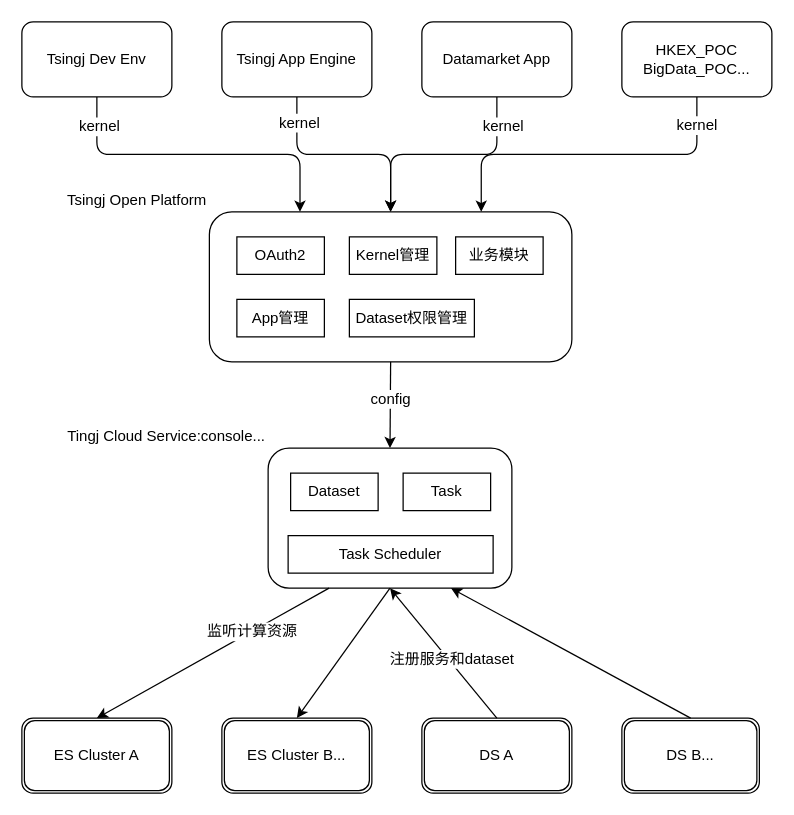
Earlier version of the draw.io diagram Tsingj_Open_Platform.drawio (yankaili2006/drawing_io). Source tidied: cells renumbered, new cells numbered last; positions are measured from the earlier drawing's top-left corner, leaving out a move shared by most shapes. Both pictures are drawn from the tidied source at 125%, with x=0, y=0 at pixel (21, 21).
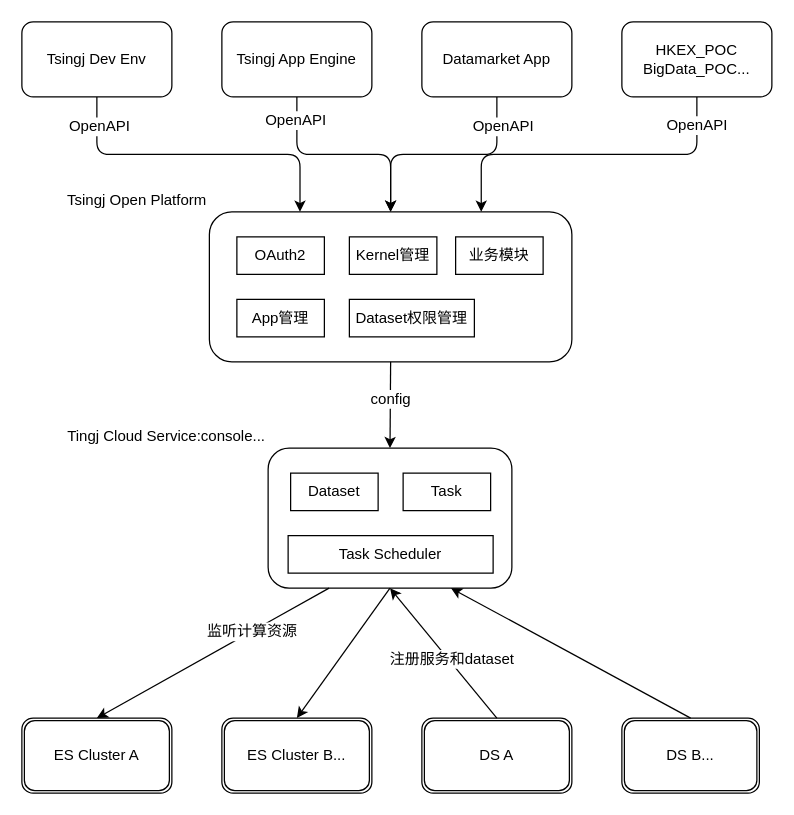
The same page after the edit.

Unchanged cells that the change refers to:
```xml
<mxCell id="11" style="edgeStyle=elbowEdgeStyle;elbow=vertical;endArrow=classic;html=1;exitX=0.5;exitY=1;exitDx=0;exitDy=0;entryX=0.75;entryY=1;entryDx=0;entryDy=0;" parent="1" edge="1" source="7" target="2">
  <mxGeometry relative="1" as="geometry" />
</mxCell>
<mxCell id="13" style="edgeStyle=elbowEdgeStyle;elbow=vertical;endArrow=classic;html=1;exitX=0.5;exitY=1;exitDx=0;exitDy=0;entryX=0.5;entryY=1;entryDx=0;entryDy=0;" parent="1" edge="1" source="8" target="2">
  <mxGeometry relative="1" as="geometry" />
</mxCell>
<mxCell id="15" style="edgeStyle=elbowEdgeStyle;elbow=vertical;endArrow=classic;html=1;exitX=0.5;exitY=1;exitDx=0;exitDy=0;entryX=0.5;entryY=1;entryDx=0;entryDy=0;" parent="1" edge="1" source="9" target="2">
  <mxGeometry relative="1" as="geometry" />
</mxCell>
<mxCell id="17" style="edgeStyle=elbowEdgeStyle;elbow=vertical;endArrow=classic;html=1;exitX=0.5;exitY=1;exitDx=0;exitDy=0;entryX=0.25;entryY=1;entryDx=0;entryDy=0;" parent="1" edge="1" source="10" target="2">
  <mxGeometry relative="1" as="geometry" />
</mxCell>
```

Change to the diagram source:
```diff
@@
-    <mxCell id="12" value="kernel" style="text;html=1;align=center;verticalAlign=middle;labelBackgroundColor=#ffffff;" parent="11" vertex="1">
+    <mxCell id="12" value="OpenAPI" style="text;html=1;align=center;verticalAlign=middle;labelBackgroundColor=#ffffff;" parent="11" vertex="1">
       <mxGeometry x="-0.82" y="1" relative="1" as="geometry" />
     </mxCell>
@@
-    <mxCell id="14" value="kernel" style="text;html=1;align=center;verticalAlign=middle;labelBackgroundColor=#ffffff;" parent="13" vertex="1">
-      <mxGeometry x="-0.76" y="1" relative="1" as="geometry" />
-    </mxCell>
+    <mxCell id="36" value="OpenAPI" style="text;html=1;align=center;verticalAlign=middle;labelBackgroundColor=#ffffff;" parent="13" vertex="1">
+      <mxGeometry x="-0.78" y="-2" relative="1" as="geometry" />
+    </mxCell>
@@
-    <mxCell id="16" value="kernel" style="text;html=1;align=center;verticalAlign=middle;labelBackgroundColor=#ffffff;" parent="15" vertex="1">
+    <mxCell id="16" value="OpenAPI" style="text;html=1;align=center;verticalAlign=middle;labelBackgroundColor=#ffffff;" parent="15" vertex="1">
       <mxGeometry x="-0.74" y="4" relative="1" as="geometry" />
     </mxCell>
@@
-    <mxCell id="18" value="kernel" style="text;html=1;align=center;verticalAlign=middle;labelBackgroundColor=#ffffff;" parent="17" vertex="1">
+    <mxCell id="18" value="OpenAPI" style="text;html=1;align=center;verticalAlign=middle;labelBackgroundColor=#ffffff;" parent="17" vertex="1">
       <mxGeometry x="-0.83" y="-1" relative="1" as="geometry" />
     </mxCell>
```
